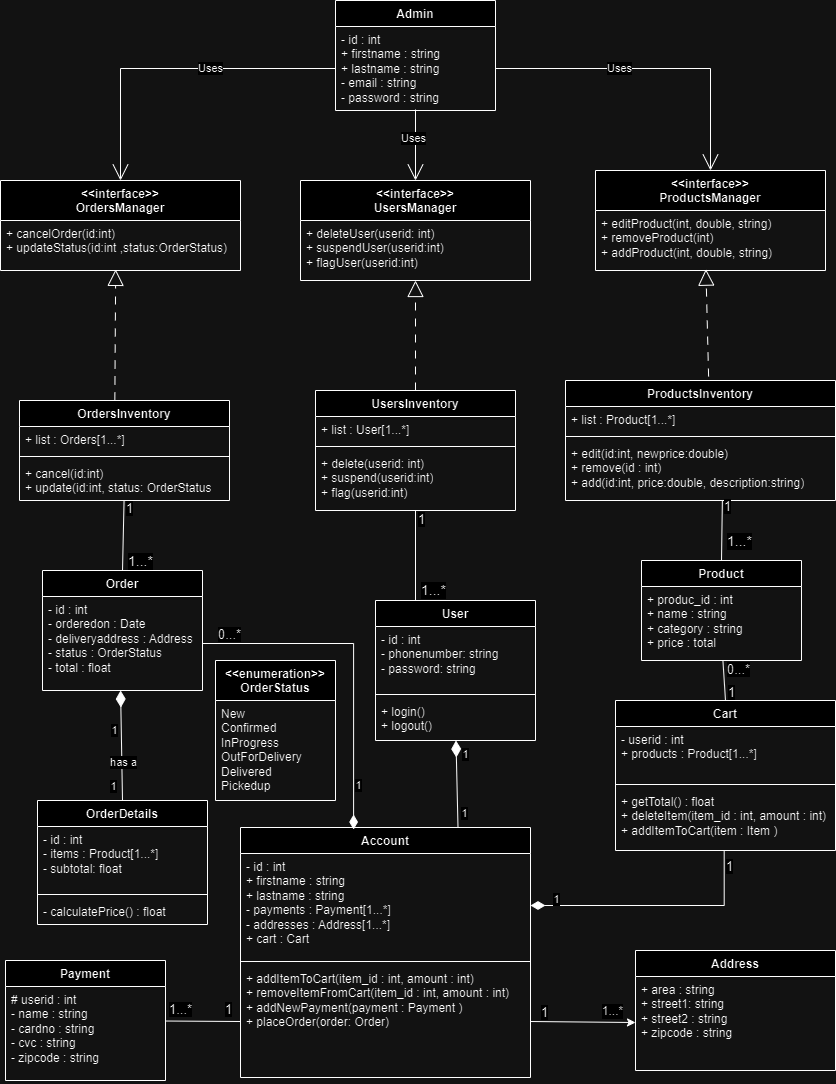
Yaq0ub/ZDeliver keeps this draw.io diagram as ZDeliverClassDiagram.png. Above is the earlier version. Source tidied: cells renumbered, new cells last; positions are measured from the earlier drawing's top-left corner, leaving out a move shared by most shapes.
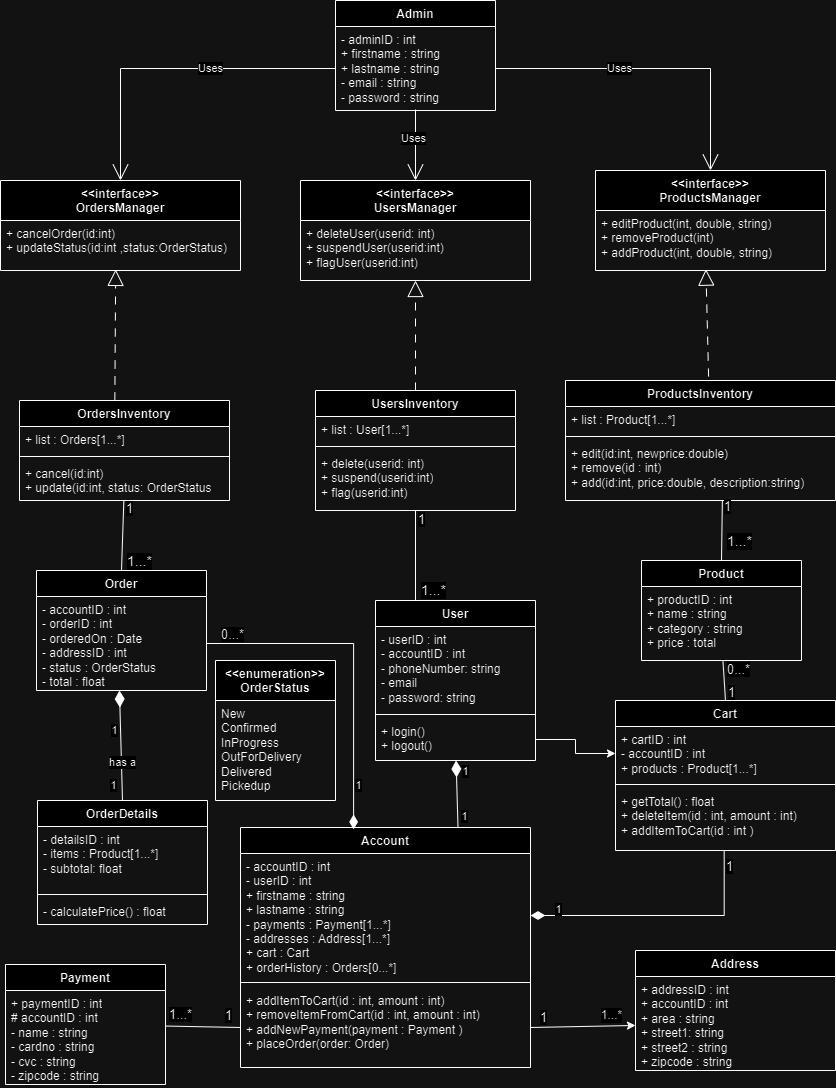
The same file after the commit.

Commit message:
class diagram update

What changed in the source:
```diff
@@ -5,49 +5,49 @@
     <mxCell id="2" value="Admin" style="swimlane;fontStyle=1;align=center;verticalAlign=top;horizontal=1;startSize=26;whiteSpace=wrap;html=1;" parent="1" vertex="1">
       <mxGeometry x="335" width="160" height="110" as="geometry" />
     </mxCell>
-    <mxCell id="3" value="- id : int&lt;br&gt;+ firstname : string&lt;br&gt;+ lastname : string&lt;br&gt;- email : string&lt;br&gt;- password : string" style="text;strokeColor=none;fillColor=none;align=left;verticalAlign=top;spacingLeft=4;spacingRight=4;overflow=hidden;points=[[0,0.5],[1,0.5]];portConstraint=eastwest;whiteSpace=wrap;html=1;" parent="2" vertex="1">
+    <mxCell id="3" value="- adminID : int&lt;br&gt;+ firstname : string&lt;br&gt;+ lastname : string&lt;br&gt;- email : string&lt;br&gt;- password : string" style="text;strokeColor=none;fillColor=none;align=left;verticalAlign=top;spacingLeft=4;spacingRight=4;overflow=hidden;points=[[0,0.5],[1,0.5]];portConstraint=eastwest;whiteSpace=wrap;html=1;" parent="2" vertex="1">
       <mxGeometry y="26" width="160" height="84" as="geometry" />
     </mxCell>
     <mxCell id="4" value="Account" style="swimlane;fontStyle=1;align=center;verticalAlign=top;horizontal=1;startSize=26;whiteSpace=wrap;html=1;" parent="1" vertex="1">
-      <mxGeometry x="240" y="827" width="290" height="250" as="geometry" />
+      <mxGeometry x="240" y="827" width="290" height="240" as="geometry" />
     </mxCell>
-    <mxCell id="5" value="- id : int&lt;br style=&quot;border-color: var(--border-color);&quot;&gt;+ firstname : string&lt;br style=&quot;border-color: var(--border-color);&quot;&gt;+ lastname : string&lt;br&gt;- payments : Payment[1...*]&lt;br&gt;- addresses : Address[1...*]&lt;br&gt;+ cart : Cart" style="text;strokeColor=none;fillColor=none;align=left;verticalAlign=top;spacingLeft=4;spacingRight=4;overflow=hidden;points=[[0,0.5],[1,0.5]];portConstraint=eastwest;whiteSpace=wrap;html=1;" parent="4" vertex="1">
-      <mxGeometry y="26" width="290" height="104" as="geometry" />
+    <mxCell id="5" value="- accountID : int&lt;br&gt;- userID : int&lt;br style=&quot;border-color: var(--border-color);&quot;&gt;+ firstname : string&lt;br style=&quot;border-color: var(--border-color);&quot;&gt;+ lastname : string&lt;br&gt;- payments : Payment[1...*]&lt;br&gt;- addresses : Address[1...*]&lt;br&gt;+ cart : Cart&lt;br&gt;+ orderHistory : Orders[0...*]" style="text;strokeColor=none;fillColor=none;align=left;verticalAlign=top;spacingLeft=4;spacingRight=4;overflow=hidden;points=[[0,0.5],[1,0.5]];portConstraint=eastwest;whiteSpace=wrap;html=1;" parent="4" vertex="1">
+      <mxGeometry y="26" width="290" height="124" as="geometry" />
     </mxCell>
     <mxCell id="6" style="line;strokeWidth=1;fillColor=none;align=left;verticalAlign=middle;spacingTop=-1;spacingLeft=3;spacingRight=3;labelPosition=right;strokeColor=inherit;" parent="4" vertex="1">
-      <mxGeometry y="130" width="290" height="8" as="geometry" />
+      <mxGeometry y="150" width="290" height="10" as="geometry" />
     </mxCell>
-    <mxCell id="7" value="+ addItemToCart(item_id : int, amount : int)&lt;br&gt;+ removeItemFromCart(item_id : int, amount : int)&lt;br&gt;+ addNewPayment(payment : Payment )&amp;nbsp;&lt;br&gt;+ placeOrder(order: Order)" style="text;strokeColor=none;fillColor=none;align=left;verticalAlign=top;spacingLeft=4;spacingRight=4;overflow=hidden;points=[[0,0.5],[1,0.5]];portConstraint=eastwest;whiteSpace=wrap;html=1;" parent="4" vertex="1">
-      <mxGeometry y="138" width="290" height="112" as="geometry" />
+    <mxCell id="7" value="+ addItemToCart(id : int, amount : int)&lt;br&gt;+ removeItemFromCart(id : int, amount : int)&lt;br&gt;+ addNewPayment(payment : Payment )&amp;nbsp;&lt;br&gt;+ placeOrder(order: Order)" style="text;strokeColor=none;fillColor=none;align=left;verticalAlign=top;spacingLeft=4;spacingRight=4;overflow=hidden;points=[[0,0.5],[1,0.5]];portConstraint=eastwest;whiteSpace=wrap;html=1;" parent="4" vertex="1">
+      <mxGeometry y="160" width="290" height="80" as="geometry" />
     </mxCell>
     <mxCell id="8" value="Product" style="swimlane;fontStyle=1;align=center;verticalAlign=top;horizontal=1;startSize=26;whiteSpace=wrap;html=1;" parent="1" vertex="1">
       <mxGeometry x="641" y="560" width="160" height="100" as="geometry" />
     </mxCell>
-    <mxCell id="9" value="+ produc_id : int&lt;br&gt;+ name : string&lt;br&gt;+ category : string&lt;br&gt;+ price : total" style="text;strokeColor=none;fillColor=none;align=left;verticalAlign=top;spacingLeft=4;spacingRight=4;overflow=hidden;points=[[0,0.5],[1,0.5]];portConstraint=eastwest;whiteSpace=wrap;html=1;" parent="8" vertex="1">
+    <mxCell id="9" value="+ productID : int&lt;br&gt;+ name : string&lt;br&gt;+ category : string&lt;br&gt;+ price : total" style="text;strokeColor=none;fillColor=none;align=left;verticalAlign=top;spacingLeft=4;spacingRight=4;overflow=hidden;points=[[0,0.5],[1,0.5]];portConstraint=eastwest;whiteSpace=wrap;html=1;" parent="8" vertex="1">
       <mxGeometry y="26" width="160" height="74" as="geometry" />
     </mxCell>
     <mxCell id="10" value="Payment" style="swimlane;fontStyle=1;align=center;verticalAlign=top;horizontal=1;startSize=26;whiteSpace=wrap;html=1;" parent="1" vertex="1">
-      <mxGeometry x="5" y="960" width="160" height="120" as="geometry" />
+      <mxGeometry x="5" y="964" width="160" height="120" as="geometry" />
     </mxCell>
-    <mxCell id="11" value="# userid : int&lt;br&gt;- name : string&lt;br&gt;- cardno : string&lt;br&gt;- cvc : string&lt;br&gt;- zipcode : string&lt;br&gt;&amp;nbsp;" style="text;strokeColor=none;fillColor=none;align=left;verticalAlign=top;spacingLeft=4;spacingRight=4;overflow=hidden;whiteSpace=wrap;html=1;" parent="10" vertex="1">
+    <mxCell id="11" value="+ paymentID : int&lt;br&gt;# accountID : int&lt;br&gt;- name : string&lt;br&gt;- cardno : string&lt;br&gt;- cvc : string&lt;br&gt;- zipcode : string&lt;br&gt;&amp;nbsp;" style="text;strokeColor=none;fillColor=none;align=left;verticalAlign=top;spacingLeft=4;spacingRight=4;overflow=hidden;whiteSpace=wrap;html=1;" parent="10" vertex="1">
       <mxGeometry y="26" width="160" height="94" as="geometry" />
     </mxCell>
     <mxCell id="12" value="Cart" style="swimlane;fontStyle=1;align=center;verticalAlign=top;horizontal=1;startSize=26;whiteSpace=wrap;html=1;" parent="1" vertex="1">
       <mxGeometry x="615" y="700" width="220" height="150" as="geometry" />
     </mxCell>
-    <mxCell id="13" value="- userid : int&lt;br&gt;+ products : Product[1...*]" style="text;strokeColor=none;fillColor=none;align=left;verticalAlign=top;spacingLeft=4;spacingRight=4;overflow=hidden;points=[[0,0.5],[1,0.5]];portConstraint=eastwest;whiteSpace=wrap;html=1;" parent="12" vertex="1">
+    <mxCell id="13" value="+ cartID : int&lt;br&gt;- accountID : int&lt;br&gt;+ products : Product[1...*]" style="text;strokeColor=none;fillColor=none;align=left;verticalAlign=top;spacingLeft=4;spacingRight=4;overflow=hidden;points=[[0,0.5],[1,0.5]];portConstraint=eastwest;whiteSpace=wrap;html=1;" parent="12" vertex="1">
       <mxGeometry y="26" width="220" height="54" as="geometry" />
     </mxCell>
     <mxCell id="14" style="line;strokeWidth=1;fillColor=none;align=left;verticalAlign=middle;spacingTop=-1;spacingLeft=3;spacingRight=3;labelPosition=right;strokeColor=inherit;" parent="12" vertex="1">
       <mxGeometry y="80" width="220" height="8" as="geometry" />
     </mxCell>
-    <mxCell id="15" value="+ getTotal() : float&lt;br&gt;+ deleteItem(item_id : int, amount : int)&lt;br&gt;+ addItemToCart(item : Item )" style="text;strokeColor=none;fillColor=none;align=left;verticalAlign=top;spacingLeft=4;spacingRight=4;overflow=hidden;points=[[0,0.5],[1,0.5]];portConstraint=eastwest;whiteSpace=wrap;html=1;" parent="12" vertex="1">
+    <mxCell id="15" value="+ getTotal() : float&lt;br&gt;+ deleteItem(id : int, amount : int)&lt;br&gt;+ addItemToCart(id : int )" style="text;strokeColor=none;fillColor=none;align=left;verticalAlign=top;spacingLeft=4;spacingRight=4;overflow=hidden;points=[[0,0.5],[1,0.5]];portConstraint=eastwest;whiteSpace=wrap;html=1;" parent="12" vertex="1">
       <mxGeometry y="88" width="220" height="62" as="geometry" />
     </mxCell>
     <mxCell id="16" value="Address" style="swimlane;fontStyle=1;align=center;verticalAlign=top;horizontal=1;startSize=26;whiteSpace=wrap;html=1;" parent="1" vertex="1">
       <mxGeometry x="635" y="950" width="200" height="120" as="geometry" />
     </mxCell>
-    <mxCell id="17" value="+ area : string&lt;br&gt;+ street1: string&lt;br&gt;+ street2 : string&lt;br&gt;+ zipcode : string" style="text;strokeColor=none;fillColor=none;align=left;verticalAlign=top;spacingLeft=4;spacingRight=4;overflow=hidden;points=[[0,0.5],[1,0.5]];portConstraint=eastwest;whiteSpace=wrap;html=1;" parent="16" vertex="1">
+    <mxCell id="17" value="+ addressID : int&lt;br&gt;+ accountID : int&lt;br&gt;+ area : string&lt;br&gt;+ street1: string&lt;br&gt;+ street2 : string&lt;br&gt;+ zipcode : string" style="text;strokeColor=none;fillColor=none;align=left;verticalAlign=top;spacingLeft=4;spacingRight=4;overflow=hidden;points=[[0,0.5],[1,0.5]];portConstraint=eastwest;whiteSpace=wrap;html=1;" parent="16" vertex="1">
       <mxGeometry y="26" width="200" height="94" as="geometry" />
     </mxCell>
     <mxCell id="18" style="rounded=0;jettySize=auto;html=1;exitX=0;exitY=0.5;exitDx=0;exitDy=0;endArrow=none;endFill=0;" parent="1" edge="1" source="7" target="10">
@@ -111,10 +111,10 @@
       <mxGeometry x="0.3" y="1" relative="1" as="geometry" />
     </mxCell>
     <mxCell id="34" value="Order" style="swimlane;fontStyle=1;align=center;verticalAlign=top;horizontal=1;startSize=26;whiteSpace=wrap;html=1;" parent="1" vertex="1">
-      <mxGeometry x="42" y="570" width="160" height="120" as="geometry" />
+      <mxGeometry x="36" y="570" width="170" height="120" as="geometry" />
     </mxCell>
-    <mxCell id="35" value="- id : int&lt;br&gt;- orderedon : Date&lt;br&gt;- deliveryaddress : Address&lt;br&gt;- status : OrderStatus&lt;br&gt;- total : float" style="text;strokeColor=none;fillColor=none;align=left;verticalAlign=top;spacingLeft=4;spacingRight=4;overflow=hidden;points=[[0,0.5],[1,0.5]];portConstraint=eastwest;whiteSpace=wrap;html=1;" parent="34" vertex="1">
-      <mxGeometry y="26" width="160" height="94" as="geometry" />
+    <mxCell id="35" value="- accountID : int&lt;br&gt;- orderID : int&lt;br&gt;- orderedOn : Date&lt;br&gt;- addressID : int&lt;br&gt;- status : OrderStatus&lt;br&gt;- total : float" style="text;strokeColor=none;fillColor=none;align=left;verticalAlign=top;spacingLeft=4;spacingRight=4;overflow=hidden;points=[[0,0.5],[1,0.5]];portConstraint=eastwest;whiteSpace=wrap;html=1;" parent="34" vertex="1">
+      <mxGeometry y="26" width="170" height="94" as="geometry" />
     </mxCell>
     <mxCell id="36" style="rounded=0;jettySize=auto;html=1;exitX=1;exitY=0.5;exitDx=0;exitDy=0;entryX=0.39;entryY=0.008;entryDx=0;entryDy=0;endArrow=diamondThin;endFill=1;endSize=12;edgeStyle=orthogonalEdgeStyle;entryPerimeter=0;" parent="1" edge="1" source="35" target="4">
       <mxGeometry relative="1" as="geometry" />
@@ -174,7 +174,7 @@
     <mxCell id="49" value="OrderDetails" style="swimlane;fontStyle=1;align=center;verticalAlign=top;horizontal=1;startSize=26;whiteSpace=wrap;html=1;" parent="1" vertex="1">
       <mxGeometry x="37" y="800" width="170" height="124" as="geometry" />
     </mxCell>
-    <mxCell id="50" value="- id : int&lt;br&gt;- items : Product[1...*]&lt;br&gt;- subtotal: float" style="text;strokeColor=none;fillColor=none;align=left;verticalAlign=top;spacingLeft=4;spacingRight=4;overflow=hidden;whiteSpace=wrap;html=1;" parent="49" vertex="1">
+    <mxCell id="50" value="- detailsID : int&lt;br&gt;- items : Product[1...*]&lt;br&gt;- subtotal: float" style="text;strokeColor=none;fillColor=none;align=left;verticalAlign=top;spacingLeft=4;spacingRight=4;overflow=hidden;whiteSpace=wrap;html=1;" parent="49" vertex="1">
       <mxGeometry y="26" width="170" height="64" as="geometry" />
     </mxCell>
     <mxCell id="51" style="line;strokeWidth=1;fillColor=none;align=left;verticalAlign=middle;spacingTop=-1;spacingLeft=3;spacingRight=3;labelPosition=right;strokeColor=inherit;" parent="49" vertex="1">
@@ -190,16 +190,16 @@
       <mxGeometry y="40" width="120" height="100" as="geometry" />
     </mxCell>
     <mxCell id="55" value="User" style="swimlane;fontStyle=1;align=center;verticalAlign=top;horizontal=1;startSize=26;whiteSpace=wrap;html=1;" parent="1" vertex="1">
-      <mxGeometry x="375" y="600" width="160" height="140" as="geometry" />
+      <mxGeometry x="375" y="600" width="160" height="160" as="geometry" />
     </mxCell>
-    <mxCell id="56" value="- id : int&lt;br&gt;- phonenumber: string&lt;br&gt;- password: string" style="text;strokeColor=none;fillColor=none;align=left;verticalAlign=top;spacingLeft=4;spacingRight=4;overflow=hidden;whiteSpace=wrap;html=1;" parent="55" vertex="1">
-      <mxGeometry y="26" width="160" height="64" as="geometry" />
+    <mxCell id="56" value="- userID : int&lt;br&gt;- accountID : int&lt;br&gt;- phoneNumber: string&lt;br&gt;- email&lt;br&gt;- password: string" style="text;strokeColor=none;fillColor=none;align=left;verticalAlign=top;spacingLeft=4;spacingRight=4;overflow=hidden;whiteSpace=wrap;html=1;" parent="55" vertex="1">
+      <mxGeometry y="26" width="160" height="84" as="geometry" />
     </mxCell>
     <mxCell id="57" style="line;strokeWidth=1;fillColor=none;align=left;verticalAlign=middle;spacingTop=-1;spacingLeft=3;spacingRight=3;labelPosition=right;strokeColor=inherit;" parent="55" vertex="1">
-      <mxGeometry y="90" width="160" height="8" as="geometry" />
+      <mxGeometry y="110" width="160" height="8" as="geometry" />
     </mxCell>
     <mxCell id="58" value="+ login()&lt;br&gt;+ logout()" style="text;strokeColor=none;fillColor=none;align=left;verticalAlign=top;spacingLeft=4;spacingRight=4;overflow=hidden;points=[[0,0.5],[1,0.5]];portConstraint=eastwest;whiteSpace=wrap;html=1;" parent="55" vertex="1">
-      <mxGeometry y="98" width="160" height="42" as="geometry" />
+      <mxGeometry y="118" width="160" height="42" as="geometry" />
     </mxCell>
     <mxCell id="59" style="endArrow=block;html=1;rounded=0;entryX=0.48;entryY=0.978;entryDx=0;entryDy=0;entryPerimeter=0;exitX=0.53;exitY=-0.033;exitDx=0;exitDy=0;endFill=0;startSize=14;endSize=14;exitPerimeter=0;dashed=1;dashPattern=8 8;" parent="1" edge="1" source="26" target="25">
       <mxGeometry relative="1" as="geometry" />
@@ -309,5 +309,8 @@
     <mxCell id="88" style="endArrow=block;html=1;rounded=0;exitX=0.5;exitY=0;exitDx=0;exitDy=0;endFill=0;startSize=14;endSize=14;dashed=1;dashPattern=8 8;" parent="1" edge="1" source="81" target="78">
       <mxGeometry relative="1" as="geometry" />
     </mxCell>
+    <mxCell id="89" style="edgeStyle=orthogonalEdgeStyle;rounded=0;jettySize=auto;html=1;" parent="1" edge="1" source="58" target="13">
+      <mxGeometry relative="1" as="geometry" />
+    </mxCell>
   </root>
 </mxGraphModel>
```
